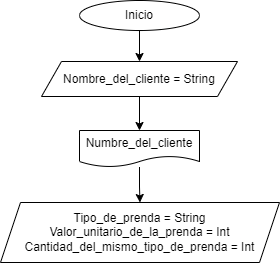
The draw.io diagram Pagar en una tienda.png in dasamepu/Flujo-de-funciones-para-encapsular-algoritmos, before a commit. Source tidied: cells renumbered, new cells last; positions are measured from the earlier drawing's top-left corner, leaving out a move shared by most shapes.
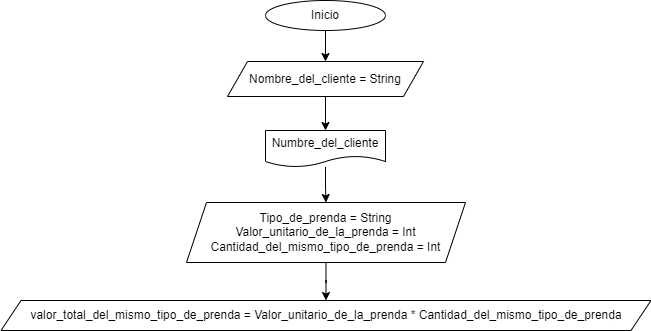
After the change.

Diff of the diagram source:
```diff
@@ -20,8 +20,14 @@
     <mxCell id="7" value="Numbre_del_cliente" style="shape=document;whiteSpace=wrap;html=1;boundedLbl=1;" parent="1" vertex="1">
       <mxGeometry x="79" y="130" width="120" height="36.5" as="geometry" />
     </mxCell>
+    <mxCell id="9" style="edgeStyle=orthogonalEdgeStyle;rounded=0;jettySize=auto;html=1;" parent="1" edge="1" source="8" target="10">
+      <mxGeometry relative="1" as="geometry" />
+    </mxCell>
     <mxCell id="8" value="Tipo_de_prenda = String&lt;br&gt;Valor_unitario_de_la_prenda = Int&lt;br&gt;Cantidad_del_mismo_tipo_de_prenda = Int" style="shape=parallelogram;perimeter=parallelogramPerimeter;whiteSpace=wrap;html=1;fixedSize=1;" parent="1" vertex="1">
       <mxGeometry y="202" width="279" height="60" as="geometry" />
     </mxCell>
+    <mxCell id="10" value="valor_total_del_mismo_tipo_de_prenda = Valor_unitario_de_la_prenda * Cantidad_del_mismo_tipo_de_prenda" style="shape=parallelogram;perimeter=parallelogramPerimeter;whiteSpace=wrap;html=1;fixedSize=1;" parent="1" vertex="1">
+      <mxGeometry x="-185.5" y="300" width="650" height="30" as="geometry" />
+    </mxCell>
   </root>
 </mxGraphModel>
```
